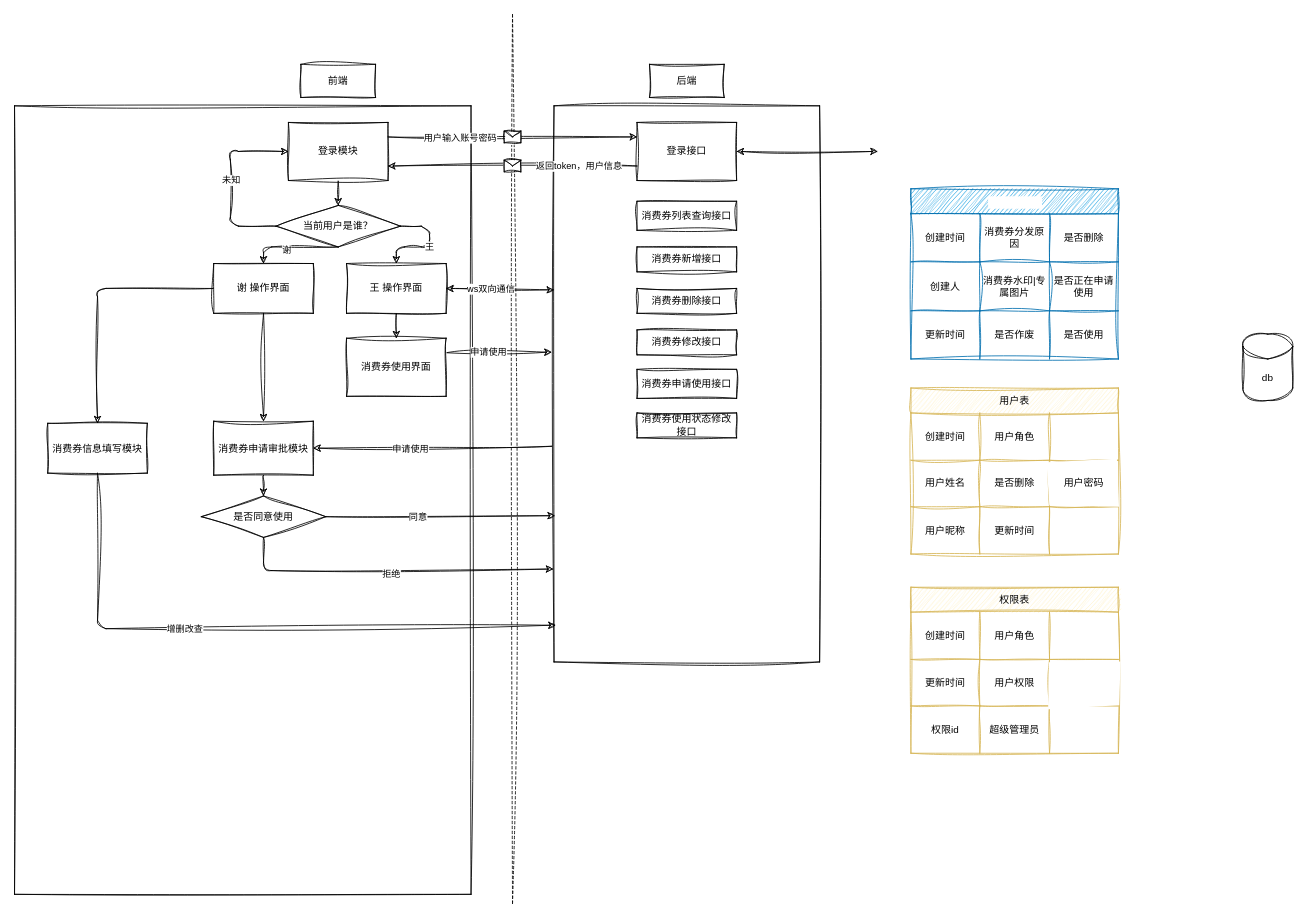
Above: todo.drawio in huangyan321/ticket-app-web (draw.io), before the change. Source tidied: cells renumbered, new cells numbered last; positions are measured from the earlier drawing's top-left corner, leaving out a move shared by most shapes. Both pictures are drawn from the tidied source at 83%, with x=0, y=0 at pixel (14, 14).
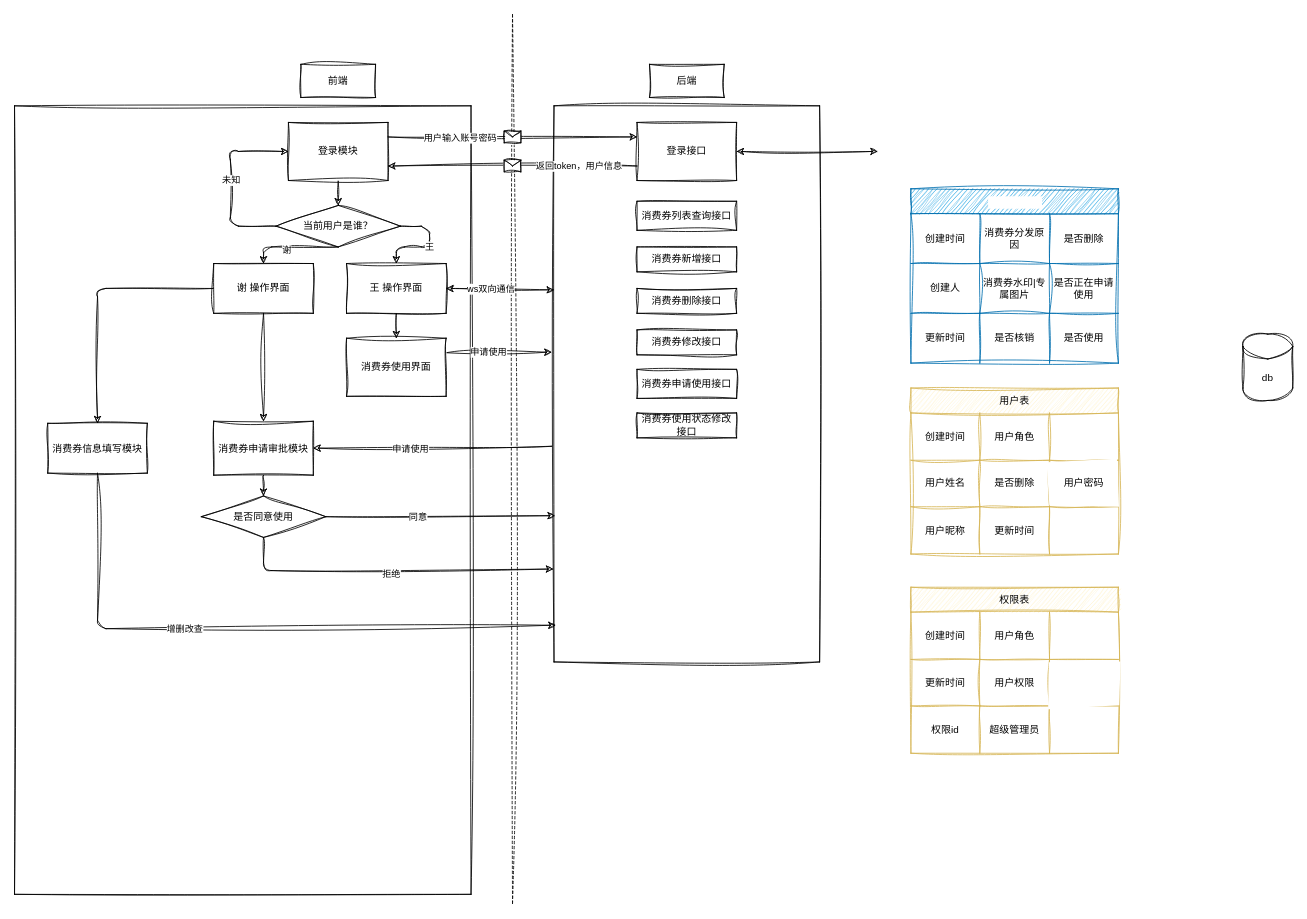
The same page after the edit.

Diff of the diagram source:
```diff
@@
     <mxCell id="38" value="消费券list表" style="shape=table;startSize=30;childLayout=tableLayout;fontStyle=0;align=center;labelPadding=0;sketch=1;curveFitting=1;jiggle=2;labelBackgroundColor=default;fillColor=#1ba1e2;fontColor=#ffffff;strokeColor=#006EAF;" parent="1" vertex="1">
-      <mxGeometry x="1080" y="210" width="250" height="205" as="geometry" />
+      <mxGeometry x="1080" y="210" width="250" height="210" as="geometry" />
     </mxCell>
     <mxCell id="39" style="shape=tableRow;horizontal=0;startSize=0;swimlaneHead=0;swimlaneBody=0;top=0;left=0;bottom=0;right=0;fillColor=none;sketch=1;curveFitting=1;jiggle=2;fontStyle=0;align=center;" parent="38" vertex="1">
-      <mxGeometry y="30" width="250" height="58" as="geometry" />
+      <mxGeometry y="30" width="250" height="60" as="geometry" />
     </mxCell>
     <mxCell id="40" value="创建时间" style="shape=partialRectangle;html=1;whiteSpace=wrap;fillColor=none;top=0;left=0;bottom=0;right=0;overflow=hidden;sketch=1;curveFitting=1;jiggle=2;fontStyle=0;align=center;" parent="39" vertex="1">
-      <mxGeometry width="83" height="58" as="geometry" />
+      <mxGeometry width="83" height="60" as="geometry" />
     </mxCell>
     <mxCell id="41" value="消费券分发原因" style="shape=partialRectangle;html=1;whiteSpace=wrap;fillColor=none;top=0;left=0;bottom=0;right=0;overflow=hidden;sketch=1;curveFitting=1;jiggle=2;fontStyle=0;align=center;" parent="39" vertex="1">
-      <mxGeometry x="83" width="84" height="58" as="geometry" />
+      <mxGeometry x="83" width="84" height="60" as="geometry" />
     </mxCell>
     <mxCell id="42" value="是否删除" style="shape=partialRectangle;html=1;whiteSpace=wrap;fillColor=none;top=0;left=0;bottom=0;right=0;overflow=hidden;sketch=1;curveFitting=1;jiggle=2;fontStyle=0;align=center;" parent="39" vertex="1">
-      <mxGeometry x="167" width="83" height="58" as="geometry" />
+      <mxGeometry x="167" width="83" height="60" as="geometry" />
     </mxCell>
     <mxCell id="43" style="shape=tableRow;horizontal=0;startSize=0;swimlaneHead=0;swimlaneBody=0;top=0;left=0;bottom=0;right=0;fillColor=none;sketch=1;curveFitting=1;jiggle=2;fontStyle=0;align=center;" parent="38" vertex="1">
-      <mxGeometry y="88" width="250" height="59" as="geometry" />
+      <mxGeometry y="90" width="250" height="60" as="geometry" />
     </mxCell>
     <mxCell id="44" value="创建人" style="shape=partialRectangle;html=1;whiteSpace=wrap;fillColor=none;top=0;left=0;bottom=0;right=0;overflow=hidden;sketch=1;curveFitting=1;jiggle=2;fontStyle=0;align=center;" parent="43" vertex="1">
-      <mxGeometry width="83" height="59" as="geometry" />
+      <mxGeometry width="83" height="60" as="geometry" />
     </mxCell>
     <mxCell id="45" value="消费券水印|专属图片" style="shape=partialRectangle;html=1;whiteSpace=wrap;fillColor=none;top=0;left=0;bottom=0;right=0;overflow=hidden;sketch=1;curveFitting=1;jiggle=2;fontStyle=0;align=center;" parent="43" vertex="1">
-      <mxGeometry x="83" width="84" height="59" as="geometry" />
+      <mxGeometry x="83" width="84" height="60" as="geometry" />
     </mxCell>
     <mxCell id="46" value="是否正在申请使用" style="shape=partialRectangle;html=1;whiteSpace=wrap;fillColor=none;top=0;left=0;bottom=0;right=0;overflow=hidden;sketch=1;curveFitting=1;jiggle=2;fontStyle=0;align=center;" parent="43" vertex="1">
-      <mxGeometry x="167" width="83" height="59" as="geometry" />
+      <mxGeometry x="167" width="83" height="60" as="geometry" />
     </mxCell>
     <mxCell id="47" style="shape=tableRow;horizontal=0;startSize=0;swimlaneHead=0;swimlaneBody=0;top=0;left=0;bottom=0;right=0;fillColor=none;sketch=1;curveFitting=1;jiggle=2;fontStyle=0;align=center;" parent="38" vertex="1">
-      <mxGeometry y="147" width="250" height="58" as="geometry" />
+      <mxGeometry y="150" width="250" height="60" as="geometry" />
     </mxCell>
     <mxCell id="48" value="更新时间" style="shape=partialRectangle;html=1;whiteSpace=wrap;fillColor=none;top=0;left=0;bottom=0;right=0;overflow=hidden;sketch=1;curveFitting=1;jiggle=2;fontStyle=0;align=center;" parent="47" vertex="1">
-      <mxGeometry width="83" height="58" as="geometry" />
+      <mxGeometry width="83" height="60" as="geometry" />
     </mxCell>
-    <mxCell id="49" value="是否作废" style="shape=partialRectangle;html=1;whiteSpace=wrap;fillColor=none;top=0;left=0;bottom=0;right=0;overflow=hidden;sketch=1;curveFitting=1;jiggle=2;fontStyle=0;align=center;" parent="47" vertex="1">
-      <mxGeometry x="83" width="84" height="58" as="geometry" />
+    <mxCell id="49" value="是否核销" style="shape=partialRectangle;html=1;whiteSpace=wrap;fillColor=none;top=0;left=0;bottom=0;right=0;overflow=hidden;sketch=1;curveFitting=1;jiggle=2;fontStyle=0;align=center;" parent="47" vertex="1">
+      <mxGeometry x="83" width="84" height="60" as="geometry" />
     </mxCell>
     <mxCell id="50" value="是否使用" style="shape=partialRectangle;html=1;whiteSpace=wrap;fillColor=none;top=0;left=0;bottom=0;right=0;overflow=hidden;sketch=1;curveFitting=1;jiggle=2;fontStyle=0;align=center;" parent="47" vertex="1">
-      <mxGeometry x="167" width="83" height="58" as="geometry" />
+      <mxGeometry x="167" width="83" height="60" as="geometry" />
     </mxCell>
```
